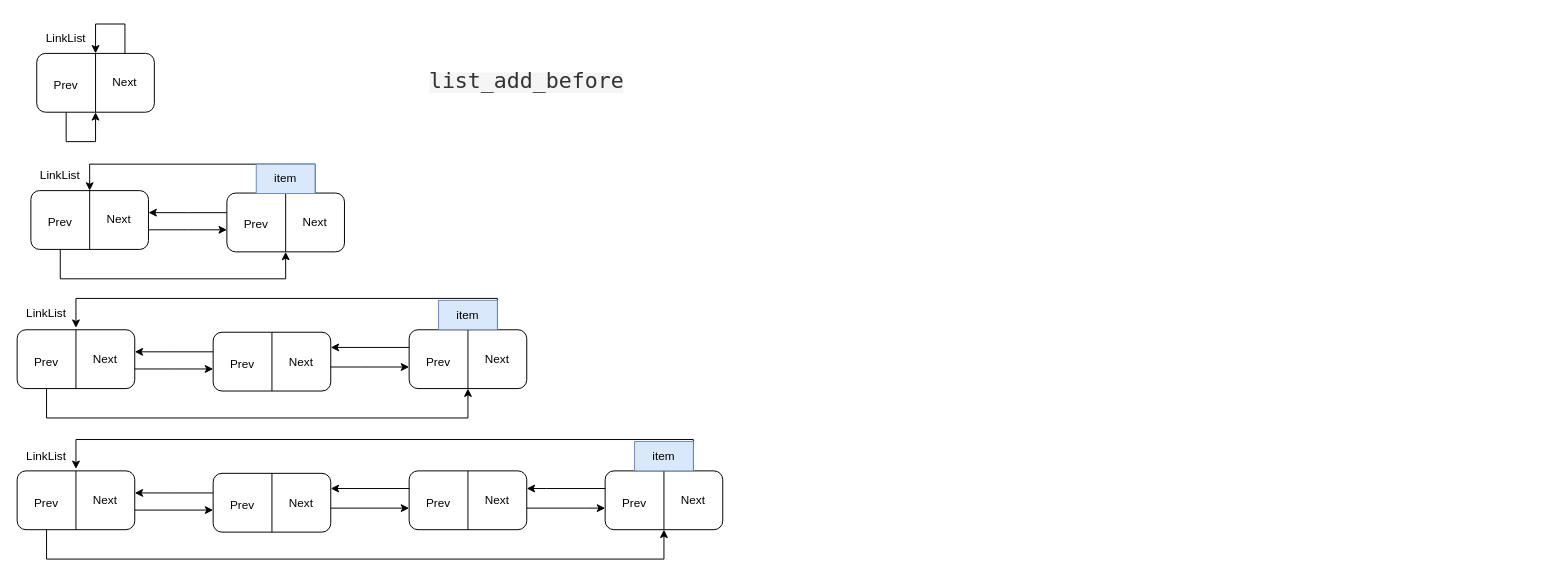
Before: LinkList.drawio in chengmo23/draw.io, a draw.io diagram. Source tidied: cells renumbered, new cells numbered last; positions are measured from the earlier drawing's top-left corner, leaving out a move shared by most shapes. Both pictures are drawn from the tidied source at 98%, with x=0, y=0 at pixel (17, 24).
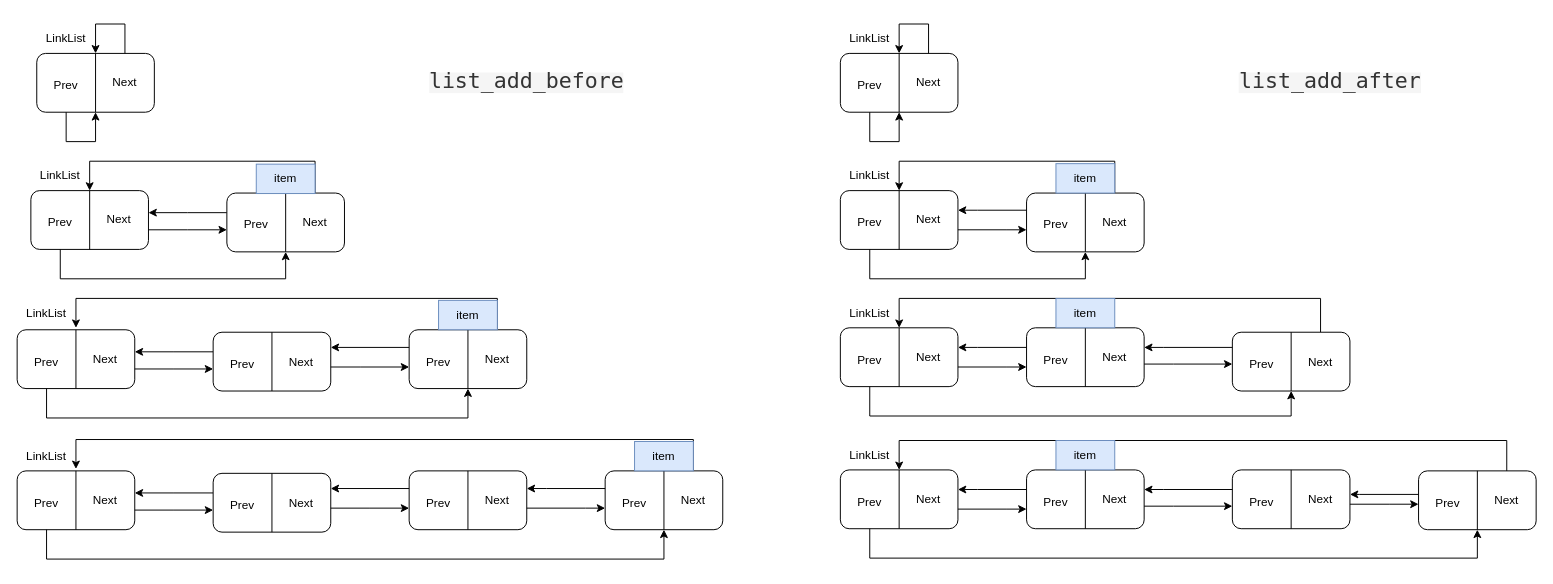
After the change.

The change refers to these unchanged cells:
```xml
<mxCell id="15" style="rounded=1;whiteSpace=wrap;html=1;" parent="1" vertex="1">
  <mxGeometry x="214" y="172.5" width="120" height="60" as="geometry" />
</mxCell>
```

Change to the diagram source:
```diff
@@
     <mxCell id="18" style="edgeStyle=orthogonalEdgeStyle;rounded=0;jettySize=auto;html=1;exitX=0.75;exitY=0;exitDx=0;exitDy=0;" parent="1" edge="1" source="15">
       <mxGeometry relative="1" as="geometry">
         <mxPoint x="74" y="170" as="targetPoint" />
         <Array as="points">
-          <mxPoint x="304" y="143" />
-          <mxPoint x="74" y="143" />
+          <mxPoint x="304" y="140" />
+          <mxPoint x="74" y="140" />
         </Array>
       </mxGeometry>
     </mxCell>
@@
+    <mxCell id="70" style="rounded=1;whiteSpace=wrap;html=1;" parent="1" vertex="1">
+      <mxGeometry x="840" y="30" width="120" height="60" as="geometry" />
+    </mxCell>
+    <mxCell id="71" style="endArrow=none;html=1;rounded=0;entryX=0.5;entryY=0;entryDx=0;entryDy=0;exitX=0.5;exitY=1;exitDx=0;exitDy=0;" parent="1" edge="1" source="70" target="70">
+      <mxGeometry relative="1" as="geometry" />
+    </mxCell>
+    <mxCell id="72" style="edgeStyle=orthogonalEdgeStyle;rounded=0;orthogonalLoop=1;jettySize=auto;html=1;" parent="1" edge="1">
+      <mxGeometry relative="1" as="geometry">
+        <mxPoint x="870" y="90" as="sourcePoint" />
+        <mxPoint x="900" y="90" as="targetPoint" />
+        <Array as="points">
+          <mxPoint x="870" y="120" />
+          <mxPoint x="900" y="120" />
+        </Array>
+      </mxGeometry>
+    </mxCell>
+    <mxCell id="73" value="Prev" style="text;html=1;strokeColor=none;fillColor=none;align=center;verticalAlign=middle;whiteSpace=wrap;rounded=0;" parent="1" vertex="1">
+      <mxGeometry x="840" y="45" width="60" height="35" as="geometry" />
+    </mxCell>
+    <mxCell id="74" style="edgeStyle=orthogonalEdgeStyle;rounded=0;jettySize=auto;html=1;exitX=0.75;exitY=0;exitDx=0;exitDy=0;" parent="1" edge="1" source="70">
+      <mxGeometry relative="1" as="geometry">
+        <mxPoint x="900" y="30" as="targetPoint" />
+        <Array as="points">
+          <mxPoint x="930" />
+          <mxPoint x="900" />
+        </Array>
+      </mxGeometry>
+    </mxCell>
+    <mxCell id="75" value="Next" style="text;html=1;strokeColor=none;fillColor=none;align=center;verticalAlign=middle;whiteSpace=wrap;rounded=0;" parent="1" vertex="1">
+      <mxGeometry x="900" y="45" width="60" height="30" as="geometry" />
+    </mxCell>
+    <mxCell id="76" value="LinkList" style="text;html=1;align=center;verticalAlign=middle;whiteSpace=wrap;rounded=0;" parent="1" vertex="1">
+      <mxGeometry x="840" width="60" height="30" as="geometry" />
+    </mxCell>
+    <mxCell id="77" value="&lt;div style=&quot;color: rgb(51, 51, 51); background-color: rgb(245, 245, 245); font-family: Menlo, Monaco, &amp;quot;Courier New&amp;quot;, monospace; line-height: 18px;&quot;&gt;&lt;font style=&quot;font-size: 22px;&quot;&gt;list_add_after&lt;/font&gt;&lt;/div&gt;" style="text;html=1;strokeColor=none;fillColor=none;align=center;verticalAlign=middle;whiteSpace=wrap;rounded=0;" parent="1" vertex="1">
+      <mxGeometry x="1310" y="45" width="60" height="30" as="geometry" />
+    </mxCell>
+    <mxCell id="78" style="rounded=1;whiteSpace=wrap;html=1;" parent="1" vertex="1">
+      <mxGeometry x="840" y="170" width="120" height="60" as="geometry" />
+    </mxCell>
+    <mxCell id="79" style="endArrow=none;html=1;rounded=0;entryX=0.5;entryY=0;entryDx=0;entryDy=0;exitX=0.5;exitY=1;exitDx=0;exitDy=0;" parent="1" edge="1" source="78" target="78">
+      <mxGeometry relative="1" as="geometry" />
+    </mxCell>
+    <mxCell id="80" style="edgeStyle=orthogonalEdgeStyle;rounded=0;jettySize=auto;html=1;entryX=0.5;entryY=1;entryDx=0;entryDy=0;" parent="1" edge="1" target="86">
+      <mxGeometry relative="1" as="geometry">
+        <mxPoint x="870" y="230" as="sourcePoint" />
+        <Array as="points">
+          <mxPoint x="870" y="260" />
+          <mxPoint x="1090" y="260" />
+        </Array>
+      </mxGeometry>
+    </mxCell>
+    <mxCell id="81" value="Prev" style="text;html=1;strokeColor=none;fillColor=none;align=center;verticalAlign=middle;whiteSpace=wrap;rounded=0;" parent="1" vertex="1">
+      <mxGeometry x="840" y="185" width="60" height="35" as="geometry" />
+    </mxCell>
+    <mxCell id="82" style="edgeStyle=orthogonalEdgeStyle;rounded=0;jettySize=auto;html=1;" parent="1" edge="1" source="83" target="89">
+      <mxGeometry relative="1" as="geometry">
+        <Array as="points">
+          <mxPoint x="1010" y="210" />
+          <mxPoint x="1010" y="210" />
+        </Array>
+      </mxGeometry>
+    </mxCell>
+    <mxCell id="83" value="Next" style="text;html=1;strokeColor=none;fillColor=none;align=center;verticalAlign=middle;whiteSpace=wrap;rounded=0;" parent="1" vertex="1">
+      <mxGeometry x="900" y="185" width="60" height="30" as="geometry" />
+    </mxCell>
+    <mxCell id="84" value="LinkList" style="text;html=1;align=center;verticalAlign=middle;whiteSpace=wrap;rounded=0;" parent="1" vertex="1">
+      <mxGeometry x="840" y="140" width="60" height="30" as="geometry" />
+    </mxCell>
+    <mxCell id="85" style="edgeStyle=orthogonalEdgeStyle;rounded=0;jettySize=auto;html=1;entryX=1;entryY=1;entryDx=0;entryDy=0;" parent="1" edge="1" source="86" target="84">
+      <mxGeometry relative="1" as="geometry">
+        <Array as="points">
+          <mxPoint x="1120" y="140" />
+          <mxPoint x="900" y="140" />
+        </Array>
+      </mxGeometry>
+    </mxCell>
+    <mxCell id="86" style="rounded=1;whiteSpace=wrap;html=1;" parent="1" vertex="1">
+      <mxGeometry x="1030" y="172.5" width="120" height="60" as="geometry" />
+    </mxCell>
+    <mxCell id="87" style="endArrow=none;html=1;rounded=0;entryX=0.5;entryY=0;entryDx=0;entryDy=0;exitX=0.5;exitY=1;exitDx=0;exitDy=0;" parent="1" edge="1" source="86" target="86">
+      <mxGeometry relative="1" as="geometry" />
+    </mxCell>
+    <mxCell id="88" style="edgeStyle=orthogonalEdgeStyle;rounded=0;jettySize=auto;html=1;" parent="1" edge="1" source="89" target="83">
+      <mxGeometry relative="1" as="geometry">
+        <Array as="points">
+          <mxPoint x="980" y="190" />
+          <mxPoint x="980" y="190" />
+        </Array>
+      </mxGeometry>
+    </mxCell>
+    <mxCell id="89" value="Prev" style="text;html=1;strokeColor=none;fillColor=none;align=center;verticalAlign=middle;whiteSpace=wrap;rounded=0;" parent="1" vertex="1">
+      <mxGeometry x="1030" y="187.5" width="60" height="35" as="geometry" />
+    </mxCell>
+    <mxCell id="90" value="Next" style="text;html=1;strokeColor=none;fillColor=none;align=center;verticalAlign=middle;whiteSpace=wrap;rounded=0;" parent="1" vertex="1">
+      <mxGeometry x="1090" y="187.5" width="60" height="30" as="geometry" />
+    </mxCell>
+    <mxCell id="91" value="item" style="text;html=1;strokeColor=#6c8ebf;fillColor=#dae8fc;align=center;verticalAlign=middle;whiteSpace=wrap;rounded=0;" parent="1" vertex="1">
+      <mxGeometry x="1060" y="142.5" width="60" height="30" as="geometry" />
+    </mxCell>
+    <mxCell id="92" style="rounded=1;whiteSpace=wrap;html=1;" parent="1" vertex="1">
+      <mxGeometry x="840" y="310" width="120" height="60" as="geometry" />
+    </mxCell>
+    <mxCell id="93" style="endArrow=none;html=1;rounded=0;entryX=0.5;entryY=0;entryDx=0;entryDy=0;exitX=0.5;exitY=1;exitDx=0;exitDy=0;" parent="1" edge="1" source="92" target="92">
+      <mxGeometry relative="1" as="geometry" />
+    </mxCell>
+    <mxCell id="94" style="edgeStyle=orthogonalEdgeStyle;rounded=0;jettySize=auto;html=1;entryX=0.5;entryY=1;entryDx=0;entryDy=0;" parent="1" edge="1" target="100">
+      <mxGeometry relative="1" as="geometry">
+        <mxPoint x="870" y="370" as="sourcePoint" />
+        <Array as="points">
+          <mxPoint x="870" y="400" />
+          <mxPoint x="1300" y="400" />
+        </Array>
+      </mxGeometry>
+    </mxCell>
+    <mxCell id="95" value="Prev" style="text;html=1;strokeColor=none;fillColor=none;align=center;verticalAlign=middle;whiteSpace=wrap;rounded=0;" parent="1" vertex="1">
+      <mxGeometry x="840" y="325" width="60" height="35" as="geometry" />
+    </mxCell>
+    <mxCell id="96" style="edgeStyle=orthogonalEdgeStyle;rounded=0;jettySize=auto;html=1;" parent="1" edge="1" source="97">
+      <mxGeometry relative="1" as="geometry">
+        <mxPoint x="1030" y="350" as="targetPoint" />
+        <Array as="points">
+          <mxPoint x="1010" y="350" />
+          <mxPoint x="1010" y="350" />
+        </Array>
+      </mxGeometry>
+    </mxCell>
+    <mxCell id="97" value="Next" style="text;html=1;strokeColor=none;fillColor=none;align=center;verticalAlign=middle;whiteSpace=wrap;rounded=0;" parent="1" vertex="1">
+      <mxGeometry x="900" y="325" width="60" height="30" as="geometry" />
+    </mxCell>
+    <mxCell id="98" value="LinkList" style="text;html=1;align=center;verticalAlign=middle;whiteSpace=wrap;rounded=0;" parent="1" vertex="1">
+      <mxGeometry x="840" y="280" width="60" height="30" as="geometry" />
+    </mxCell>
+    <mxCell id="99" style="edgeStyle=orthogonalEdgeStyle;rounded=0;jettySize=auto;html=1;entryX=1;entryY=1;entryDx=0;entryDy=0;" parent="1" edge="1" source="100" target="98">
+      <mxGeometry relative="1" as="geometry">
+        <Array as="points">
+          <mxPoint x="1330" y="280" />
+          <mxPoint x="900" y="280" />
+        </Array>
+      </mxGeometry>
+    </mxCell>
+    <mxCell id="100" style="rounded=1;whiteSpace=wrap;html=1;" parent="1" vertex="1">
+      <mxGeometry x="1240" y="314.5" width="120" height="60" as="geometry" />
+    </mxCell>
+    <mxCell id="101" style="endArrow=none;html=1;rounded=0;entryX=0.5;entryY=0;entryDx=0;entryDy=0;exitX=0.5;exitY=1;exitDx=0;exitDy=0;" parent="1" edge="1" source="100" target="100">
+      <mxGeometry relative="1" as="geometry" />
+    </mxCell>
+    <mxCell id="102" style="edgeStyle=orthogonalEdgeStyle;rounded=0;jettySize=auto;html=1;" parent="1" edge="1" source="103" target="110">
+      <mxGeometry relative="1" as="geometry">
+        <Array as="points">
+          <mxPoint x="1170" y="330" />
+          <mxPoint x="1170" y="330" />
+        </Array>
+      </mxGeometry>
+    </mxCell>
+    <mxCell id="103" value="Prev" style="text;html=1;strokeColor=none;fillColor=none;align=center;verticalAlign=middle;whiteSpace=wrap;rounded=0;" parent="1" vertex="1">
+      <mxGeometry x="1240" y="329.5" width="60" height="35" as="geometry" />
+    </mxCell>
+    <mxCell id="104" value="Next" style="text;html=1;strokeColor=none;fillColor=none;align=center;verticalAlign=middle;whiteSpace=wrap;rounded=0;" parent="1" vertex="1">
+      <mxGeometry x="1300" y="329.5" width="60" height="30" as="geometry" />
+    </mxCell>
+    <mxCell id="105" style="rounded=1;whiteSpace=wrap;html=1;" parent="1" vertex="1">
+      <mxGeometry x="1030" y="310" width="120" height="60" as="geometry" />
+    </mxCell>
+    <mxCell id="106" style="endArrow=none;html=1;rounded=0;entryX=0.5;entryY=0;entryDx=0;entryDy=0;exitX=0.5;exitY=1;exitDx=0;exitDy=0;" parent="1" edge="1" source="105" target="105">
+      <mxGeometry relative="1" as="geometry" />
+    </mxCell>
+    <mxCell id="107" style="edgeStyle=orthogonalEdgeStyle;rounded=0;jettySize=auto;html=1;" parent="1" edge="1" source="108" target="97">
+      <mxGeometry relative="1" as="geometry">
+        <Array as="points">
+          <mxPoint x="980" y="330" />
+          <mxPoint x="980" y="330" />
+        </Array>
+      </mxGeometry>
+    </mxCell>
+    <mxCell id="108" value="Prev" style="text;html=1;strokeColor=none;fillColor=none;align=center;verticalAlign=middle;whiteSpace=wrap;rounded=0;" parent="1" vertex="1">
+      <mxGeometry x="1030" y="325" width="60" height="35" as="geometry" />
+    </mxCell>
+    <mxCell id="109" style="edgeStyle=orthogonalEdgeStyle;rounded=0;jettySize=auto;html=1;" parent="1" edge="1" source="110" target="103">
+      <mxGeometry relative="1" as="geometry">
+        <Array as="points">
+          <mxPoint x="1180" y="347" />
+          <mxPoint x="1180" y="347" />
+        </Array>
+      </mxGeometry>
+    </mxCell>
+    <mxCell id="110" value="Next" style="text;html=1;strokeColor=none;fillColor=none;align=center;verticalAlign=middle;whiteSpace=wrap;rounded=0;" parent="1" vertex="1">
+      <mxGeometry x="1090" y="325" width="60" height="30" as="geometry" />
+    </mxCell>
+    <mxCell id="111" value="item" style="text;html=1;strokeColor=#6c8ebf;fillColor=#dae8fc;align=center;verticalAlign=middle;whiteSpace=wrap;rounded=0;" parent="1" vertex="1">
+      <mxGeometry x="1060" y="280" width="60" height="30" as="geometry" />
+    </mxCell>
+    <mxCell id="112" style="rounded=1;whiteSpace=wrap;html=1;" parent="1" vertex="1">
+      <mxGeometry x="840" y="455" width="120" height="60" as="geometry" />
+    </mxCell>
+    <mxCell id="113" style="endArrow=none;html=1;rounded=0;entryX=0.5;entryY=0;entryDx=0;entryDy=0;exitX=0.5;exitY=1;exitDx=0;exitDy=0;" parent="1" edge="1" source="112" target="112">
+      <mxGeometry relative="1" as="geometry" />
+    </mxCell>
+    <mxCell id="114" style="edgeStyle=orthogonalEdgeStyle;rounded=0;jettySize=auto;html=1;entryX=0.5;entryY=1;entryDx=0;entryDy=0;" parent="1" edge="1" target="133">
+      <mxGeometry relative="1" as="geometry">
+        <mxPoint x="870" y="515" as="sourcePoint" />
+        <Array as="points">
+          <mxPoint x="870" y="545" />
+          <mxPoint x="1490" y="545" />
+        </Array>
+      </mxGeometry>
+    </mxCell>
+    <mxCell id="115" value="Prev" style="text;html=1;strokeColor=none;fillColor=none;align=center;verticalAlign=middle;whiteSpace=wrap;rounded=0;" parent="1" vertex="1">
+      <mxGeometry x="840" y="470" width="60" height="35" as="geometry" />
+    </mxCell>
+    <mxCell id="116" style="edgeStyle=orthogonalEdgeStyle;rounded=0;jettySize=auto;html=1;" parent="1" edge="1" source="117">
+      <mxGeometry relative="1" as="geometry">
+        <mxPoint x="1030" y="495" as="targetPoint" />
+        <Array as="points">
+          <mxPoint x="1010" y="495" />
+          <mxPoint x="1010" y="495" />
+        </Array>
+      </mxGeometry>
+    </mxCell>
+    <mxCell id="117" value="Next" style="text;html=1;strokeColor=none;fillColor=none;align=center;verticalAlign=middle;whiteSpace=wrap;rounded=0;" parent="1" vertex="1">
+      <mxGeometry x="900" y="470" width="60" height="30" as="geometry" />
+    </mxCell>
+    <mxCell id="118" value="LinkList" style="text;html=1;align=center;verticalAlign=middle;whiteSpace=wrap;rounded=0;" parent="1" vertex="1">
+      <mxGeometry x="840" y="425" width="60" height="30" as="geometry" />
+    </mxCell>
+    <mxCell id="119" style="edgeStyle=orthogonalEdgeStyle;rounded=0;jettySize=auto;html=1;entryX=1;entryY=1;entryDx=0;entryDy=0;exitX=0.75;exitY=0;exitDx=0;exitDy=0;" parent="1" edge="1" source="133" target="118">
+      <mxGeometry relative="1" as="geometry">
+        <Array as="points">
+          <mxPoint x="1520" y="425" />
+          <mxPoint x="900" y="425" />
+        </Array>
+      </mxGeometry>
+    </mxCell>
+    <mxCell id="120" style="rounded=1;whiteSpace=wrap;html=1;" parent="1" vertex="1">
+      <mxGeometry x="1240" y="455" width="120" height="60" as="geometry" />
+    </mxCell>
+    <mxCell id="121" style="endArrow=none;html=1;rounded=0;entryX=0.5;entryY=0;entryDx=0;entryDy=0;exitX=0.5;exitY=1;exitDx=0;exitDy=0;" parent="1" edge="1" source="120" target="120">
+      <mxGeometry relative="1" as="geometry" />
+    </mxCell>
+    <mxCell id="122" style="edgeStyle=orthogonalEdgeStyle;rounded=0;jettySize=auto;html=1;" parent="1" edge="1" source="123" target="131">
+      <mxGeometry relative="1" as="geometry">
+        <Array as="points">
+          <mxPoint x="1170" y="475" />
+          <mxPoint x="1170" y="475" />
+        </Array>
+      </mxGeometry>
+    </mxCell>
+    <mxCell id="123" value="Prev" style="text;html=1;strokeColor=none;fillColor=none;align=center;verticalAlign=middle;whiteSpace=wrap;rounded=0;" parent="1" vertex="1">
+      <mxGeometry x="1240" y="470" width="60" height="35" as="geometry" />
+    </mxCell>
+    <mxCell id="124" style="edgeStyle=orthogonalEdgeStyle;rounded=0;jettySize=auto;html=1;" parent="1" edge="1" source="125" target="136">
+      <mxGeometry relative="1" as="geometry">
+        <Array as="points">
+          <mxPoint x="1400" y="490" />
+          <mxPoint x="1400" y="490" />
+        </Array>
+      </mxGeometry>
+    </mxCell>
+    <mxCell id="125" value="Next" style="text;html=1;strokeColor=none;fillColor=none;align=center;verticalAlign=middle;whiteSpace=wrap;rounded=0;" parent="1" vertex="1">
+      <mxGeometry x="1300" y="470" width="60" height="30" as="geometry" />
+    </mxCell>
+    <mxCell id="126" style="rounded=1;whiteSpace=wrap;html=1;" parent="1" vertex="1">
+      <mxGeometry x="1030" y="455" width="120" height="60" as="geometry" />
+    </mxCell>
+    <mxCell id="127" style="endArrow=none;html=1;rounded=0;entryX=0.5;entryY=0;entryDx=0;entryDy=0;exitX=0.5;exitY=1;exitDx=0;exitDy=0;" parent="1" edge="1" source="126" target="126">
+      <mxGeometry relative="1" as="geometry" />
+    </mxCell>
+    <mxCell id="128" style="edgeStyle=orthogonalEdgeStyle;rounded=0;jettySize=auto;html=1;" parent="1" edge="1" source="129" target="117">
+      <mxGeometry relative="1" as="geometry">
+        <Array as="points">
+          <mxPoint x="980" y="475" />
+          <mxPoint x="980" y="475" />
+        </Array>
+      </mxGeometry>
+    </mxCell>
+    <mxCell id="129" value="Prev" style="text;html=1;strokeColor=none;fillColor=none;align=center;verticalAlign=middle;whiteSpace=wrap;rounded=0;" parent="1" vertex="1">
+      <mxGeometry x="1030" y="470" width="60" height="35" as="geometry" />
+    </mxCell>
+    <mxCell id="130" style="edgeStyle=orthogonalEdgeStyle;rounded=0;jettySize=auto;html=1;" parent="1" edge="1" source="131" target="123">
+      <mxGeometry relative="1" as="geometry">
+        <Array as="points">
+          <mxPoint x="1180" y="492" />
+          <mxPoint x="1180" y="492" />
+        </Array>
+      </mxGeometry>
+    </mxCell>
+    <mxCell id="131" value="Next" style="text;html=1;strokeColor=none;fillColor=none;align=center;verticalAlign=middle;whiteSpace=wrap;rounded=0;" parent="1" vertex="1">
+      <mxGeometry x="1090" y="470" width="60" height="30" as="geometry" />
+    </mxCell>
+    <mxCell id="132" value="item" style="text;html=1;strokeColor=#6c8ebf;fillColor=#dae8fc;align=center;verticalAlign=middle;whiteSpace=wrap;rounded=0;" parent="1" vertex="1">
+      <mxGeometry x="1060" y="425" width="60" height="30" as="geometry" />
+    </mxCell>
+    <mxCell id="133" style="rounded=1;whiteSpace=wrap;html=1;" parent="1" vertex="1">
+      <mxGeometry x="1430" y="456" width="120" height="60" as="geometry" />
+    </mxCell>
+    <mxCell id="134" style="endArrow=none;html=1;rounded=0;entryX=0.5;entryY=0;entryDx=0;entryDy=0;exitX=0.5;exitY=1;exitDx=0;exitDy=0;" parent="1" edge="1" source="133" target="133">
+      <mxGeometry relative="1" as="geometry" />
+    </mxCell>
+    <mxCell id="135" style="edgeStyle=orthogonalEdgeStyle;rounded=0;jettySize=auto;html=1;" parent="1" edge="1" source="136" target="125">
+      <mxGeometry relative="1" as="geometry">
+        <Array as="points">
+          <mxPoint x="1370" y="480" />
+          <mxPoint x="1370" y="480" />
+        </Array>
+      </mxGeometry>
+    </mxCell>
+    <mxCell id="136" value="Prev" style="text;html=1;strokeColor=none;fillColor=none;align=center;verticalAlign=middle;whiteSpace=wrap;rounded=0;" parent="1" vertex="1">
+      <mxGeometry x="1430" y="471" width="60" height="35" as="geometry" />
+    </mxCell>
+    <mxCell id="137" value="Next" style="text;html=1;strokeColor=none;fillColor=none;align=center;verticalAlign=middle;whiteSpace=wrap;rounded=0;" parent="1" vertex="1">
+      <mxGeometry x="1490" y="471" width="60" height="30" as="geometry" />
+    </mxCell>
```
